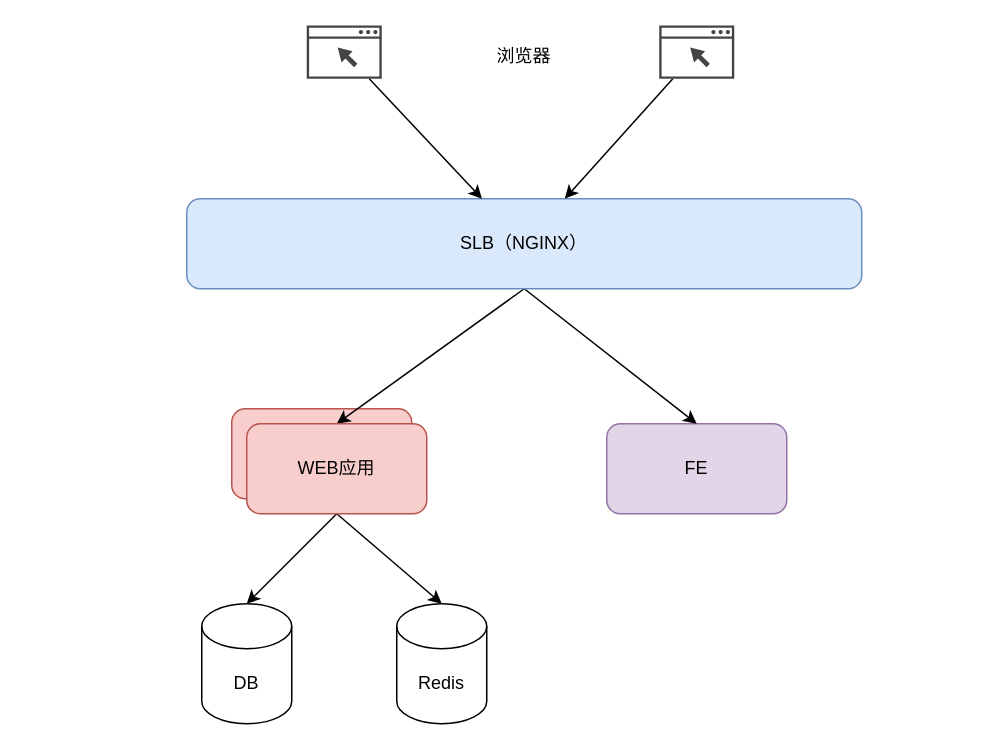
Above: page "第 1 页" (1 of 2) of saas.drawio in hanzhihua/webx.studio (draw.io), before the change. Source tidied: cells renumbered, new cells numbered last; positions are measured from the earlier drawing's top-left corner, leaving out a move shared by most shapes. Both pictures are drawn from the tidied source at 150%, with x=0, y=0 at pixel (186, 24).
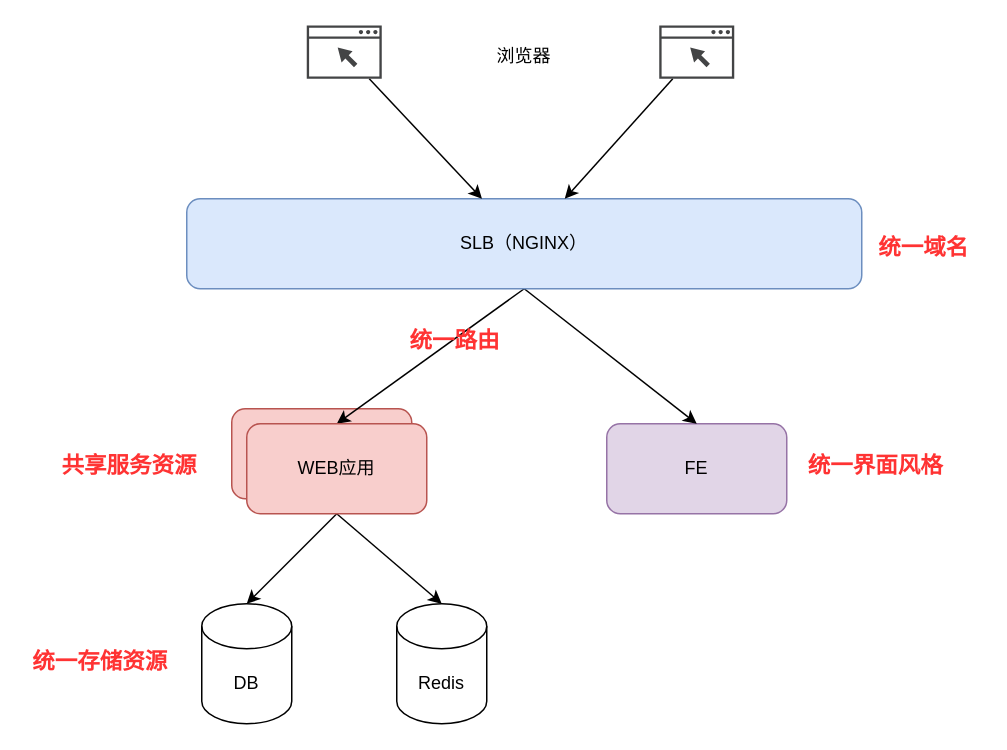
The same page after the edit.

Diff of the diagram source:
```diff
@@
+    <mxCell id="17" value="统一域名" style="text;html=1;strokeColor=none;fillColor=none;align=center;verticalAlign=middle;whiteSpace=wrap;rounded=0;fontSize=15;fontColor=#FF3333;fontStyle=1;" parent="1" vertex="1">
+      <mxGeometry x="453" y="133" width="77" height="30" as="geometry" />
+    </mxCell>
+    <mxCell id="18" value="统一界面风格" style="text;html=1;strokeColor=none;fillColor=none;align=center;verticalAlign=middle;whiteSpace=wrap;rounded=0;fontSize=15;fontColor=#FF3333;fontStyle=1;" parent="1" vertex="1">
+      <mxGeometry x="409" y="278" width="101" height="30" as="geometry" />
+    </mxCell>
+    <mxCell id="19" value="共享服务资源" style="text;html=1;strokeColor=none;fillColor=none;align=center;verticalAlign=middle;whiteSpace=wrap;rounded=0;fontSize=15;fontColor=#FF3333;fontStyle=1;" parent="1" vertex="1">
+      <mxGeometry x="-90" y="278" width="104" height="30" as="geometry" />
+    </mxCell>
+    <mxCell id="20" value="统一存储资源" style="text;html=1;strokeColor=none;fillColor=none;align=center;verticalAlign=middle;whiteSpace=wrap;rounded=0;fontSize=15;fontColor=#FF3333;fontStyle=1;" parent="1" vertex="1">
+      <mxGeometry x="-107" y="409" width="99" height="30" as="geometry" />
+    </mxCell>
+    <mxCell id="21" value="统一路由" style="text;html=1;strokeColor=none;fillColor=none;align=center;verticalAlign=middle;whiteSpace=wrap;rounded=0;fontSize=15;fontColor=#FF3333;fontStyle=1;" parent="1" vertex="1">
+      <mxGeometry x="137" y="195" width="84" height="30" as="geometry" />
+    </mxCell>
```
